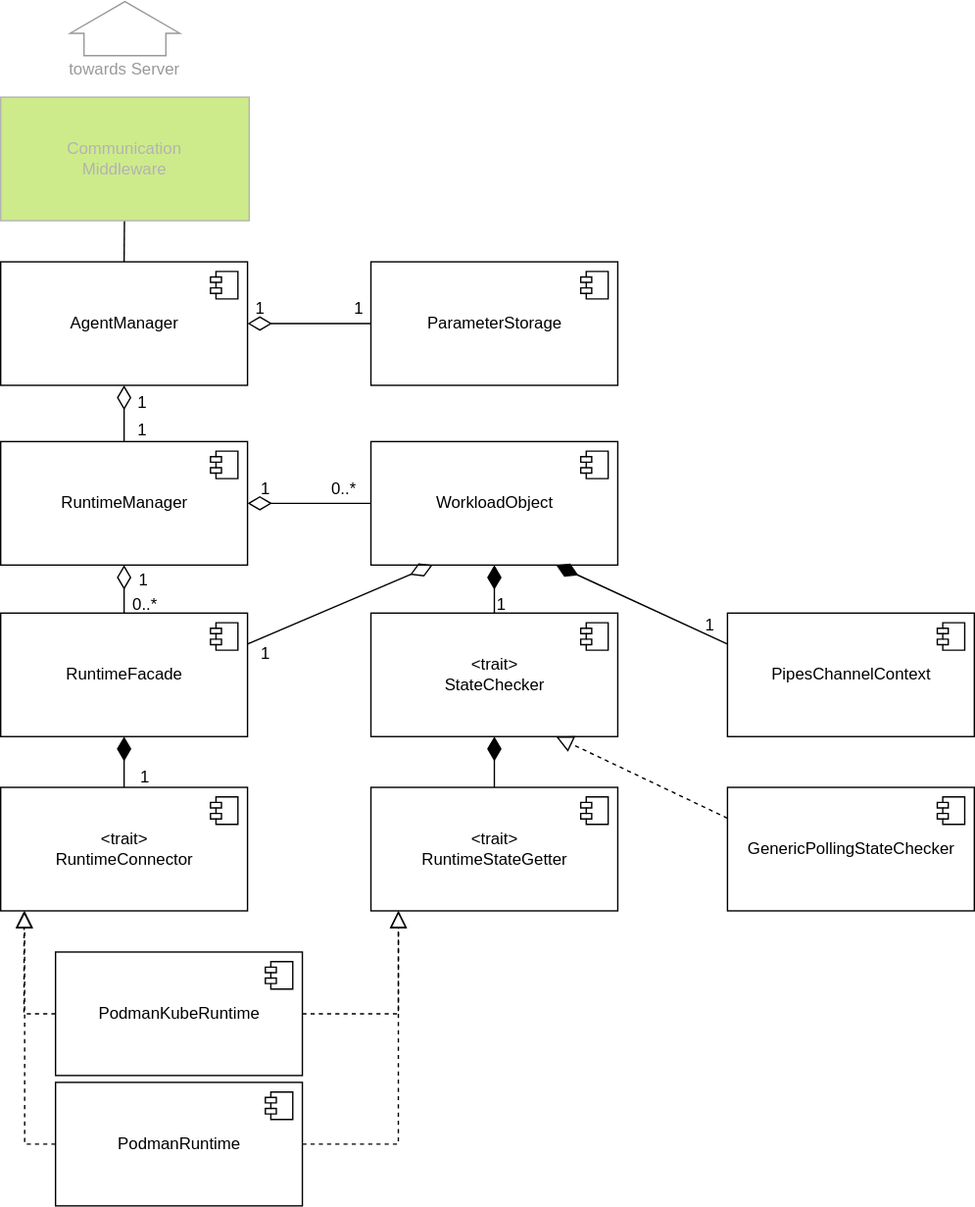
Above: agent/doc/swdesign/drawio/unit_overview.drawio.svg in eclipse-ankaios/ankaios (draw.io), before the change. Source tidied: cells renumbered, new cells last; positions are measured from the earlier drawing's top-left corner, leaving out a move shared by most shapes.
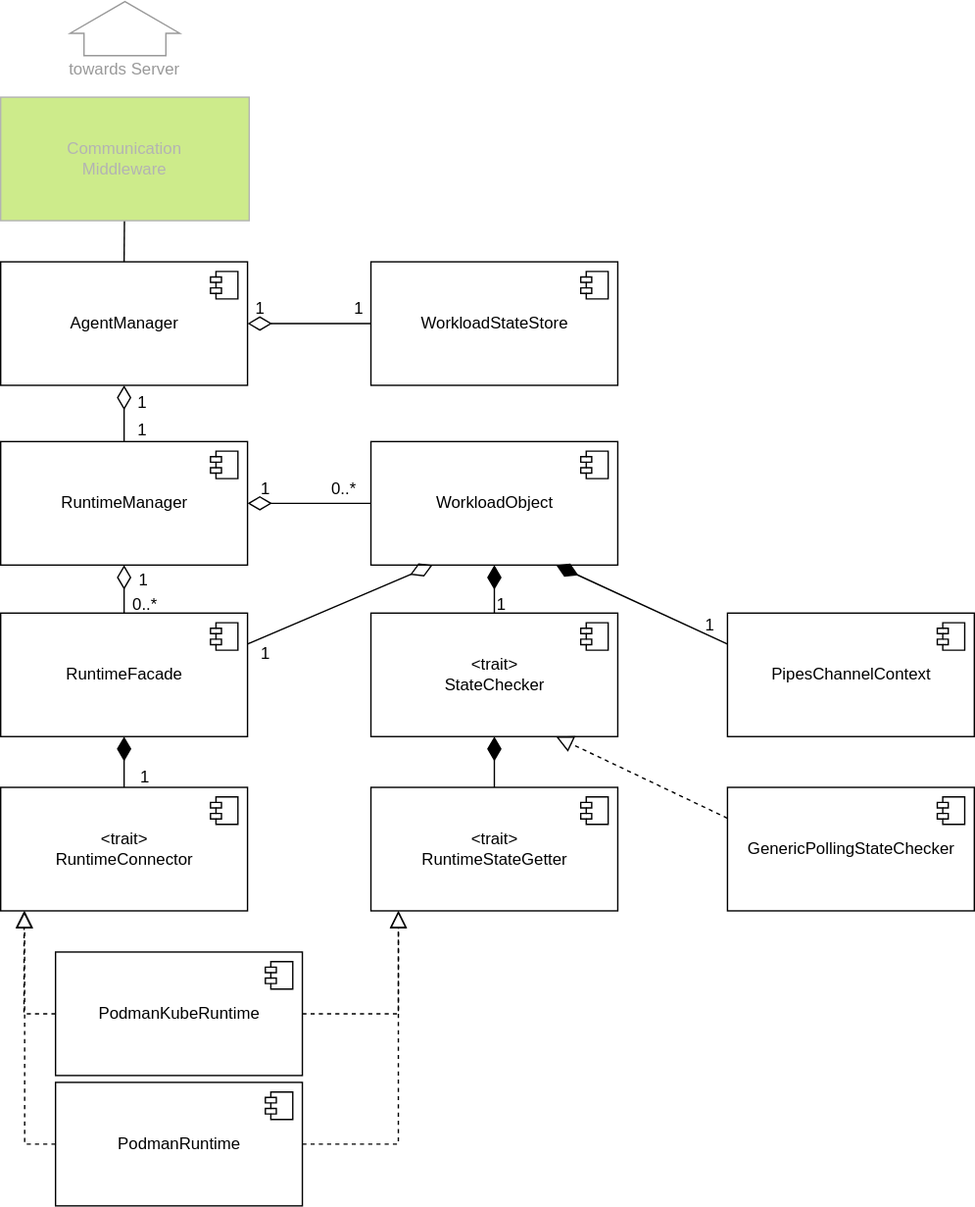
Later version of the same file.

What changed in the source:
```diff
@@ -179,7 +179,7 @@
     <mxCell id="50" value="&lt;font color=&quot;#999999&quot;&gt;towards Server&lt;/font&gt;" style="text;html=1;align=center;verticalAlign=middle;fontColor=#9999999999999;" parent="1" vertex="1">
       <mxGeometry x="40" y="60" width="100" height="20" as="geometry" />
     </mxCell>
-    <mxCell id="51" value="&lt;span style=&quot;&quot;&gt;ParameterStorage&lt;/span&gt;" style="html=1;" parent="1" vertex="1">
+    <mxCell id="51" value="&lt;span style=&quot;&quot;&gt;WorkloadStateStore&lt;/span&gt;" style="html=1;" parent="1" vertex="1">
       <mxGeometry x="270" y="210" width="180" height="90" as="geometry" />
     </mxCell>
     <mxCell id="52" style="shape=module;jettyWidth=8;jettyHeight=4;" parent="51" vertex="1">
```
